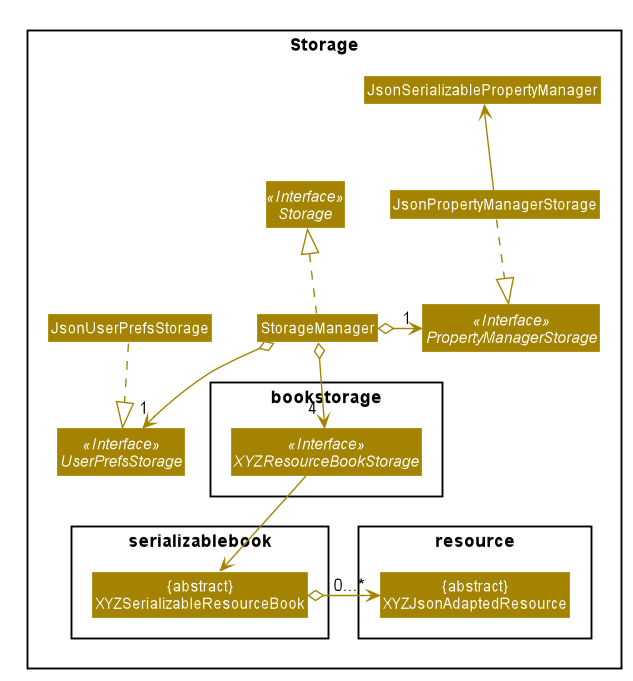
nus-cs2103-AY1920S1/addressbook-level3 keeps this PlantUML diagram as docs/images/StorageClassDiagram.png. Above is the earlier version.
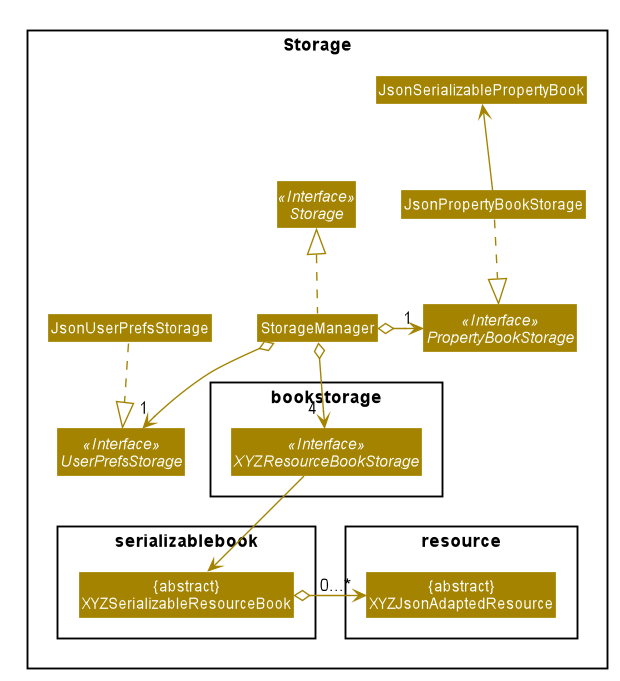
Later version of the same file.

Change to the diagram source:
```diff
@@ -66,23 +66,23 @@
 
     Interface Storage <<Interface>>
     Interface UserPrefsStorage <<Interface>>
-    Interface PropertyManagerStorage <<Interface>>
+    Interface PropertyBookStorage <<Interface>>
 
     Class StorageManager
     Class JsonUserPrefsStorage
-    class JsonPropertyManagerStorage
-    class JsonSerializablePropertyManager
+    class JsonPropertyBookStorage
+    class JsonSerializablePropertyBook
 }
 
 StorageManager .up.|> Storage
 StorageManager o--> "4 " XYZResourceBookStorage
 StorageManager o--> "1" UserPrefsStorage
-StorageManager o-> "1" PropertyManagerStorage
+StorageManager o-> "1" PropertyBookStorage
 
 "{abstract}\nXYZSerializableResourceBook" o-left-> "0...* " "{abstract}\nXYZJsonAdaptedResource"
 XYZResourceBookStorage --> "{abstract}\nXYZSerializableResourceBook"
 
 JsonUserPrefsStorage ..|> UserPrefsStorage
-JsonPropertyManagerStorage ..|> PropertyManagerStorage
-JsonPropertyManagerStorage -up-> JsonSerializablePropertyManager
+JsonPropertyBookStorage ..|> PropertyBookStorage
+JsonPropertyBookStorage -up-> JsonSerializablePropertyBook
 @enduml
```
